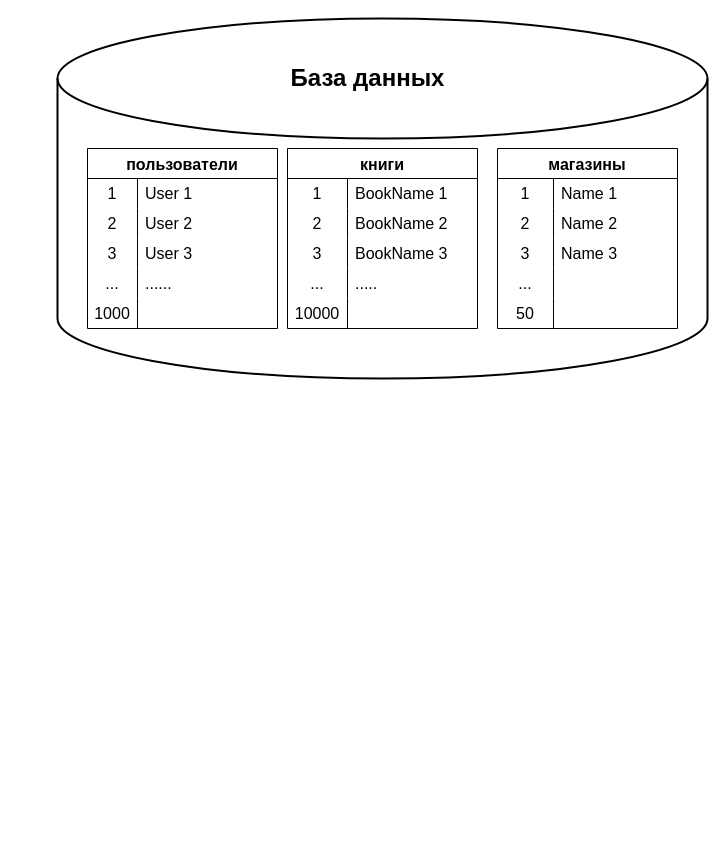
Earlier version of the draw.io diagram reldb/lesson7/files/databases.drawio (elekpow/netology). Source tidied: cells renumbered, new cells numbered last; positions are measured from the earlier drawing's top-left corner, leaving out a move shared by most shapes. Both pictures are drawn from the tidied source at 100%, with x=0, y=0 at pixel (57, 18).
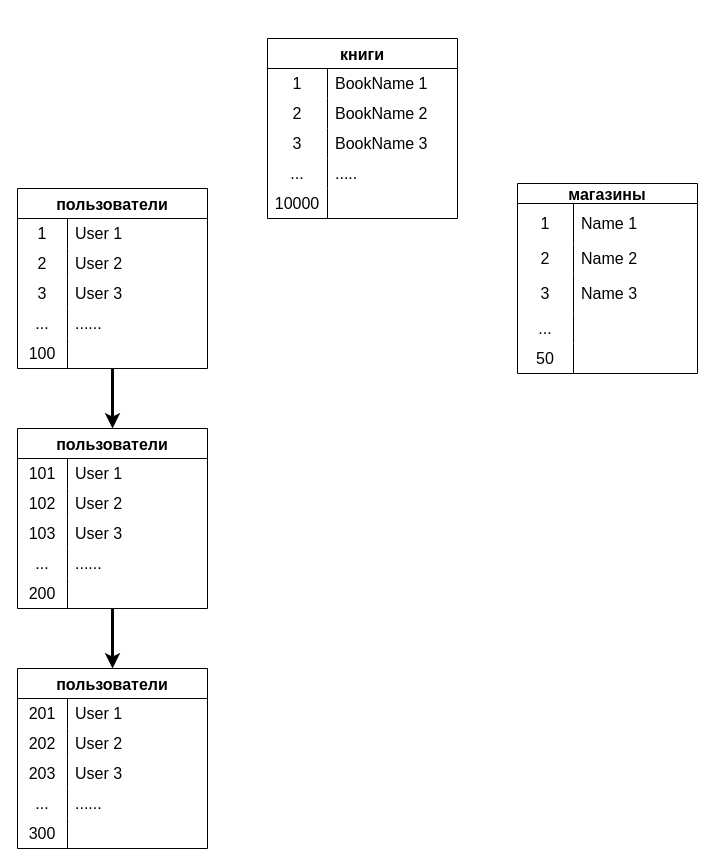
The same diagram, later.

Unchanged cells that the change refers to:
```xml
<mxCell id="17" style="shape=tableRow;horizontal=0;startSize=0;swimlaneHead=0;swimlaneBody=0;top=0;left=0;bottom=0;right=0;fillColor=none;strokeColor=inherit;fontSize=16;" parent="4" vertex="1">
  <mxGeometry y="150" width="190" height="30" as="geometry" />
</mxCell>
```

Diff of the diagram source:
```diff
@@
-    <mxCell id="2" style="group;" parent="1" vertex="1">
-      <mxGeometry width="650" height="360" as="geometry" />
-    </mxCell>
-    <mxCell id="3" style="strokeWidth=2;html=1;shape=mxgraph.flowchart.database;whiteSpace=wrap;" parent="2" vertex="1">
-      <mxGeometry width="650" height="360" as="geometry" />
-    </mxCell>
+    <mxCell id="53" style="edgeStyle=none;rounded=0;jettySize=auto;html=1;entryX=0.5;entryY=0;entryDx=0;entryDy=0;strokeWidth=3;" parent="1" edge="1" source="54" target="70">
+      <mxGeometry relative="1" as="geometry" />
+    </mxCell>
+    <mxCell id="54" value="пользователи" style="shape=table;startSize=30;childLayout=tableLayout;rowLines=0;fontStyle=1;strokeColor=default;fontSize=16;" parent="1" vertex="1">
+      <mxGeometry x="-40" y="410" width="190" height="180" as="geometry" />
+    </mxCell>
+    <mxCell id="55" style="shape=tableRow;horizontal=0;startSize=0;swimlaneHead=0;swimlaneBody=0;top=0;left=0;bottom=0;right=0;fillColor=none;strokeColor=inherit;fontSize=16;" parent="54" vertex="1">
+      <mxGeometry y="30" width="190" height="30" as="geometry" />
+    </mxCell>
+    <mxCell id="56" value="101" style="shape=partialRectangle;html=1;whiteSpace=wrap;fillColor=none;top=0;left=0;bottom=0;right=0;overflow=hidden;strokeColor=inherit;fontSize=16;" parent="55" vertex="1">
+      <mxGeometry width="50" height="30" as="geometry" />
+    </mxCell>
+    <mxCell id="57" value="User 1&amp;nbsp;" style="shape=partialRectangle;html=1;whiteSpace=wrap;fillColor=none;top=0;left=0;bottom=0;right=0;align=left;spacingLeft=6;overflow=hidden;strokeColor=inherit;fontSize=16;" parent="55" vertex="1">
+      <mxGeometry x="50" width="140" height="30" as="geometry" />
+    </mxCell>
+    <mxCell id="58" style="shape=tableRow;horizontal=0;startSize=0;swimlaneHead=0;swimlaneBody=0;top=0;left=0;bottom=0;right=0;fillColor=none;strokeColor=inherit;fontSize=16;" parent="54" vertex="1">
+      <mxGeometry y="60" width="190" height="30" as="geometry" />
+    </mxCell>
+    <mxCell id="59" value="102" style="shape=partialRectangle;html=1;whiteSpace=wrap;fillColor=none;top=0;left=0;bottom=0;right=0;overflow=hidden;strokeColor=inherit;fontSize=16;" parent="58" vertex="1">
+      <mxGeometry width="50" height="30" as="geometry" />
+    </mxCell>
+    <mxCell id="60" value="User 2" style="shape=partialRectangle;html=1;whiteSpace=wrap;fillColor=none;top=0;left=0;bottom=0;right=0;align=left;spacingLeft=6;overflow=hidden;strokeColor=inherit;fontSize=16;" parent="58" vertex="1">
+      <mxGeometry x="50" width="140" height="30" as="geometry" />
+    </mxCell>
+    <mxCell id="61" style="shape=tableRow;horizontal=0;startSize=0;swimlaneHead=0;swimlaneBody=0;top=0;left=0;bottom=0;right=0;fillColor=none;strokeColor=inherit;fontSize=16;" parent="54" vertex="1">
+      <mxGeometry y="90" width="190" height="30" as="geometry" />
+    </mxCell>
+    <mxCell id="62" value="103" style="shape=partialRectangle;html=1;whiteSpace=wrap;fillColor=none;top=0;left=0;bottom=0;right=0;overflow=hidden;strokeColor=inherit;fontSize=16;" parent="61" vertex="1">
+      <mxGeometry width="50" height="30" as="geometry" />
+    </mxCell>
+    <mxCell id="63" value="User 3" style="shape=partialRectangle;html=1;whiteSpace=wrap;fillColor=none;top=0;left=0;bottom=0;right=0;align=left;spacingLeft=6;overflow=hidden;strokeColor=inherit;fontSize=16;" parent="61" vertex="1">
+      <mxGeometry x="50" width="140" height="30" as="geometry" />
+    </mxCell>
+    <mxCell id="64" style="shape=tableRow;horizontal=0;startSize=0;swimlaneHead=0;swimlaneBody=0;top=0;left=0;bottom=0;right=0;fillColor=none;strokeColor=inherit;fontSize=16;" parent="54" vertex="1">
+      <mxGeometry y="120" width="190" height="30" as="geometry" />
+    </mxCell>
+    <mxCell id="65" value="..." style="shape=partialRectangle;html=1;whiteSpace=wrap;fillColor=none;top=0;left=0;bottom=0;right=0;overflow=hidden;strokeColor=inherit;fontSize=16;" parent="64" vertex="1">
+      <mxGeometry width="50" height="30" as="geometry" />
+    </mxCell>
+    <mxCell id="66" value="......" style="shape=partialRectangle;html=1;whiteSpace=wrap;fillColor=none;top=0;left=0;bottom=0;right=0;align=left;spacingLeft=6;overflow=hidden;strokeColor=inherit;fontSize=16;" parent="64" vertex="1">
+      <mxGeometry x="50" width="140" height="30" as="geometry" />
+    </mxCell>
+    <mxCell id="67" style="shape=tableRow;horizontal=0;startSize=0;swimlaneHead=0;swimlaneBody=0;top=0;left=0;bottom=0;right=0;fillColor=none;strokeColor=inherit;fontSize=16;" parent="54" vertex="1">
+      <mxGeometry y="150" width="190" height="30" as="geometry" />
+    </mxCell>
+    <mxCell id="68" value="200" style="shape=partialRectangle;html=1;whiteSpace=wrap;fillColor=none;top=0;left=0;bottom=0;right=0;overflow=hidden;strokeColor=inherit;fontSize=16;" parent="67" vertex="1">
+      <mxGeometry width="50" height="30" as="geometry" />
+    </mxCell>
+    <mxCell id="69" style="shape=partialRectangle;html=1;whiteSpace=wrap;fillColor=none;top=0;left=0;bottom=0;right=0;align=left;spacingLeft=6;overflow=hidden;strokeColor=inherit;fontSize=16;" parent="67" vertex="1">
+      <mxGeometry x="50" width="140" height="30" as="geometry" />
+    </mxCell>
+    <mxCell id="70" value="пользователи" style="shape=table;startSize=30;childLayout=tableLayout;rowLines=0;fontStyle=1;strokeColor=default;fontSize=16;" parent="1" vertex="1">
+      <mxGeometry x="-40" y="650" width="190" height="180" as="geometry" />
+    </mxCell>
+    <mxCell id="71" style="shape=tableRow;horizontal=0;startSize=0;swimlaneHead=0;swimlaneBody=0;top=0;left=0;bottom=0;right=0;fillColor=none;strokeColor=inherit;fontSize=16;" parent="70" vertex="1">
+      <mxGeometry y="30" width="190" height="30" as="geometry" />
+    </mxCell>
+    <mxCell id="72" value="201" style="shape=partialRectangle;html=1;whiteSpace=wrap;fillColor=none;top=0;left=0;bottom=0;right=0;overflow=hidden;strokeColor=inherit;fontSize=16;" parent="71" vertex="1">
+      <mxGeometry width="50" height="30" as="geometry" />
+    </mxCell>
+    <mxCell id="73" value="User 1&amp;nbsp;" style="shape=partialRectangle;html=1;whiteSpace=wrap;fillColor=none;top=0;left=0;bottom=0;right=0;align=left;spacingLeft=6;overflow=hidden;strokeColor=inherit;fontSize=16;" parent="71" vertex="1">
+      <mxGeometry x="50" width="140" height="30" as="geometry" />
+    </mxCell>
+    <mxCell id="74" style="shape=tableRow;horizontal=0;startSize=0;swimlaneHead=0;swimlaneBody=0;top=0;left=0;bottom=0;right=0;fillColor=none;strokeColor=inherit;fontSize=16;" parent="70" vertex="1">
+      <mxGeometry y="60" width="190" height="30" as="geometry" />
+    </mxCell>
+    <mxCell id="75" value="202" style="shape=partialRectangle;html=1;whiteSpace=wrap;fillColor=none;top=0;left=0;bottom=0;right=0;overflow=hidden;strokeColor=inherit;fontSize=16;" parent="74" vertex="1">
+      <mxGeometry width="50" height="30" as="geometry" />
+    </mxCell>
+    <mxCell id="76" value="User 2" style="shape=partialRectangle;html=1;whiteSpace=wrap;fillColor=none;top=0;left=0;bottom=0;right=0;align=left;spacingLeft=6;overflow=hidden;strokeColor=inherit;fontSize=16;" parent="74" vertex="1">
+      <mxGeometry x="50" width="140" height="30" as="geometry" />
+    </mxCell>
+    <mxCell id="77" style="shape=tableRow;horizontal=0;startSize=0;swimlaneHead=0;swimlaneBody=0;top=0;left=0;bottom=0;right=0;fillColor=none;strokeColor=inherit;fontSize=16;" parent="70" vertex="1">
+      <mxGeometry y="90" width="190" height="30" as="geometry" />
+    </mxCell>
+    <mxCell id="78" value="203" style="shape=partialRectangle;html=1;whiteSpace=wrap;fillColor=none;top=0;left=0;bottom=0;right=0;overflow=hidden;strokeColor=inherit;fontSize=16;" parent="77" vertex="1">
+      <mxGeometry width="50" height="30" as="geometry" />
+    </mxCell>
+    <mxCell id="79" value="User 3" style="shape=partialRectangle;html=1;whiteSpace=wrap;fillColor=none;top=0;left=0;bottom=0;right=0;align=left;spacingLeft=6;overflow=hidden;strokeColor=inherit;fontSize=16;" parent="77" vertex="1">
+      <mxGeometry x="50" width="140" height="30" as="geometry" />
+    </mxCell>
+    <mxCell id="80" style="shape=tableRow;horizontal=0;startSize=0;swimlaneHead=0;swimlaneBody=0;top=0;left=0;bottom=0;right=0;fillColor=none;strokeColor=inherit;fontSize=16;" parent="70" vertex="1">
+      <mxGeometry y="120" width="190" height="30" as="geometry" />
+    </mxCell>
+    <mxCell id="81" value="..." style="shape=partialRectangle;html=1;whiteSpace=wrap;fillColor=none;top=0;left=0;bottom=0;right=0;overflow=hidden;strokeColor=inherit;fontSize=16;" parent="80" vertex="1">
+      <mxGeometry width="50" height="30" as="geometry" />
+    </mxCell>
+    <mxCell id="82" value="......" style="shape=partialRectangle;html=1;whiteSpace=wrap;fillColor=none;top=0;left=0;bottom=0;right=0;align=left;spacingLeft=6;overflow=hidden;strokeColor=inherit;fontSize=16;" parent="80" vertex="1">
+      <mxGeometry x="50" width="140" height="30" as="geometry" />
+    </mxCell>
+    <mxCell id="83" style="shape=tableRow;horizontal=0;startSize=0;swimlaneHead=0;swimlaneBody=0;top=0;left=0;bottom=0;right=0;fillColor=none;strokeColor=inherit;fontSize=16;" parent="70" vertex="1">
+      <mxGeometry y="150" width="190" height="30" as="geometry" />
+    </mxCell>
+    <mxCell id="84" value="300" style="shape=partialRectangle;html=1;whiteSpace=wrap;fillColor=none;top=0;left=0;bottom=0;right=0;overflow=hidden;strokeColor=inherit;fontSize=16;" parent="83" vertex="1">
+      <mxGeometry width="50" height="30" as="geometry" />
+    </mxCell>
+    <mxCell id="85" style="shape=partialRectangle;html=1;whiteSpace=wrap;fillColor=none;top=0;left=0;bottom=0;right=0;align=left;spacingLeft=6;overflow=hidden;strokeColor=inherit;fontSize=16;" parent="83" vertex="1">
+      <mxGeometry x="50" width="140" height="30" as="geometry" />
+    </mxCell>
+    <mxCell id="86" style="edgeStyle=none;rounded=0;jettySize=auto;html=1;entryX=0.5;entryY=0;entryDx=0;entryDy=0;strokeWidth=3;" parent="1" edge="1" source="4" target="54">
+      <mxGeometry relative="1" as="geometry" />
+    </mxCell>
-    <mxCell id="4" value="пользователи" style="shape=table;startSize=30;childLayout=tableLayout;rowLines=0;fontStyle=1;strokeColor=default;fontSize=16;" parent="2" vertex="1">
-      <mxGeometry x="30" y="130" width="190" height="180" as="geometry" />
+    <mxCell id="4" value="пользователи" style="shape=table;startSize=30;childLayout=tableLayout;rowLines=0;fontStyle=1;strokeColor=default;fontSize=16;" parent="1" vertex="1">
+      <mxGeometry x="-40" y="170" width="190" height="180" as="geometry" />
     </mxCell>
@@
-    <mxCell id="18" value="1000" style="shape=partialRectangle;html=1;whiteSpace=wrap;fillColor=none;top=0;left=0;bottom=0;right=0;overflow=hidden;strokeColor=inherit;fontSize=16;" parent="17" vertex="1">
+    <mxCell id="18" value="100" style="shape=partialRectangle;html=1;whiteSpace=wrap;fillColor=none;top=0;left=0;bottom=0;right=0;overflow=hidden;strokeColor=inherit;fontSize=16;" parent="17" vertex="1">
       <mxGeometry width="50" height="30" as="geometry" />
     </mxCell>
@@
-    <mxCell id="20" value="книги" style="shape=table;startSize=30;childLayout=tableLayout;rowLines=0;fontStyle=1;strokeColor=default;fontSize=16;" parent="2" vertex="1">
-      <mxGeometry x="230" y="130" width="190" height="180" as="geometry" />
+    <mxCell id="20" value="книги" style="shape=table;startSize=30;childLayout=tableLayout;rowLines=0;fontStyle=1;strokeColor=default;fontSize=16;" parent="1" vertex="1">
+      <mxGeometry x="210" y="20" width="190" height="180" as="geometry" />
     </mxCell>
@@
+    <mxCell id="87" style="edgeStyle=none;rounded=0;orthogonalLoop=1;jettySize=auto;html=1;exitX=0.25;exitY=0;exitDx=0;exitDy=0;" parent="1" edge="1" source="20" target="20">
+      <mxGeometry relative="1" as="geometry" />
+    </mxCell>
-    <mxCell id="36" value="магазины" style="shape=table;startSize=30;childLayout=tableLayout;rowLines=0;fontStyle=1;strokeColor=default;fontSize=16;" parent="2" vertex="1">
-      <mxGeometry x="440" y="130" width="180" height="180" as="geometry" />
+    <mxCell id="36" value="магазины" style="shape=table;startSize=20;childLayout=tableLayout;rowLines=0;fontStyle=1;strokeColor=default;fontSize=16;" parent="1" vertex="1">
+      <mxGeometry x="460" y="165" width="180" height="190" as="geometry" />
     </mxCell>
-    <mxCell id="37" style="shape=tableRow;horizontal=0;startSize=0;swimlaneHead=0;swimlaneBody=0;top=0;left=0;bottom=0;right=0;fillColor=none;strokeColor=inherit;fontSize=16;" parent="36" vertex="1">
-      <mxGeometry y="30" width="180" height="30" as="geometry" />
-    </mxCell>
+    <mxCell id="88" style="shape=tableRow;horizontal=0;startSize=0;swimlaneHead=0;swimlaneBody=0;top=0;left=0;bottom=0;right=0;fillColor=none;strokeColor=inherit;fontSize=16;" parent="36" vertex="1">
+      <mxGeometry y="20" width="180" height="40" as="geometry" />
+    </mxCell>
-    <mxCell id="38" value="1" style="shape=partialRectangle;html=1;whiteSpace=wrap;fillColor=none;top=0;left=0;bottom=0;right=0;overflow=hidden;strokeColor=inherit;fontSize=16;" parent="37" vertex="1">
-      <mxGeometry width="56" height="30" as="geometry" />
+    <mxCell id="38" value="1" style="shape=partialRectangle;html=1;whiteSpace=wrap;fillColor=none;top=0;left=0;bottom=0;right=0;overflow=hidden;strokeColor=inherit;fontSize=16;" parent="88" vertex="1">
+      <mxGeometry width="56" height="40" as="geometry" />
     </mxCell>
-    <mxCell id="39" value="Name 1" style="shape=partialRectangle;html=1;whiteSpace=wrap;fillColor=none;top=0;left=0;bottom=0;right=0;align=left;spacingLeft=6;overflow=hidden;strokeColor=inherit;fontSize=16;" parent="37" vertex="1">
-      <mxGeometry x="56" width="124" height="30" as="geometry" />
+    <mxCell id="39" value="Name 1" style="shape=partialRectangle;html=1;whiteSpace=wrap;fillColor=none;top=0;left=0;bottom=0;right=0;align=left;spacingLeft=6;overflow=hidden;strokeColor=inherit;fontSize=16;" parent="88" vertex="1">
+      <mxGeometry x="56" width="124" height="40" as="geometry" />
     </mxCell>
@@
-    <mxCell id="43" style="shape=tableRow;horizontal=0;startSize=0;swimlaneHead=0;swimlaneBody=0;top=0;left=0;bottom=0;right=0;fillColor=none;strokeColor=inherit;fontSize=16;" parent="36" vertex="1">
-      <mxGeometry y="90" width="180" height="30" as="geometry" />
-    </mxCell>
+    <mxCell id="89" style="shape=tableRow;horizontal=0;startSize=0;swimlaneHead=0;swimlaneBody=0;top=0;left=0;bottom=0;right=0;fillColor=none;strokeColor=inherit;fontSize=16;" parent="36" vertex="1">
+      <mxGeometry y="90" width="180" height="40" as="geometry" />
+    </mxCell>
-    <mxCell id="44" value="3" style="shape=partialRectangle;html=1;whiteSpace=wrap;fillColor=none;top=0;left=0;bottom=0;right=0;overflow=hidden;strokeColor=inherit;fontSize=16;" parent="43" vertex="1">
-      <mxGeometry width="56" height="30" as="geometry" />
+    <mxCell id="44" value="3" style="shape=partialRectangle;html=1;whiteSpace=wrap;fillColor=none;top=0;left=0;bottom=0;right=0;overflow=hidden;strokeColor=inherit;fontSize=16;" parent="89" vertex="1">
+      <mxGeometry width="56" height="40" as="geometry" />
     </mxCell>
-    <mxCell id="45" value="Name&amp;nbsp;3" style="shape=partialRectangle;html=1;whiteSpace=wrap;fillColor=none;top=0;left=0;bottom=0;right=0;align=left;spacingLeft=6;overflow=hidden;strokeColor=inherit;fontSize=16;" parent="43" vertex="1">
-      <mxGeometry x="56" width="124" height="30" as="geometry" />
+    <mxCell id="45" value="Name&amp;nbsp;3" style="shape=partialRectangle;html=1;whiteSpace=wrap;fillColor=none;top=0;left=0;bottom=0;right=0;align=left;spacingLeft=6;overflow=hidden;strokeColor=inherit;fontSize=16;" parent="89" vertex="1">
+      <mxGeometry x="56" width="124" height="40" as="geometry" />
     </mxCell>
-    <mxCell id="46" style="shape=tableRow;horizontal=0;startSize=0;swimlaneHead=0;swimlaneBody=0;top=0;left=0;bottom=0;right=0;fillColor=none;strokeColor=inherit;fontSize=16;" parent="36" vertex="1">
-      <mxGeometry y="120" width="180" height="30" as="geometry" />
-    </mxCell>
+    <mxCell id="90" style="shape=tableRow;horizontal=0;startSize=0;swimlaneHead=0;swimlaneBody=0;top=0;left=0;bottom=0;right=0;fillColor=none;strokeColor=inherit;fontSize=16;" parent="36" vertex="1">
+      <mxGeometry y="130" width="180" height="30" as="geometry" />
+    </mxCell>
-    <mxCell id="47" value="..." style="shape=partialRectangle;html=1;whiteSpace=wrap;fillColor=none;top=0;left=0;bottom=0;right=0;overflow=hidden;strokeColor=inherit;fontSize=16;" parent="46" vertex="1">
+    <mxCell id="47" value="..." style="shape=partialRectangle;html=1;whiteSpace=wrap;fillColor=none;top=0;left=0;bottom=0;right=0;overflow=hidden;strokeColor=inherit;fontSize=16;" parent="90" vertex="1">
       <mxGeometry width="56" height="30" as="geometry" />
     </mxCell>
-    <mxCell id="48" style="shape=partialRectangle;html=1;whiteSpace=wrap;fillColor=none;top=0;left=0;bottom=0;right=0;align=left;spacingLeft=6;overflow=hidden;strokeColor=inherit;fontSize=16;" parent="46" vertex="1">
-      <mxGeometry x="56" width="124" height="30" as="geometry" />
-    </mxCell>
-    <mxCell id="49" style="shape=tableRow;horizontal=0;startSize=0;swimlaneHead=0;swimlaneBody=0;top=0;left=0;bottom=0;right=0;fillColor=none;strokeColor=inherit;fontSize=16;" parent="36" vertex="1">
-      <mxGeometry y="150" width="180" height="30" as="geometry" />
-    </mxCell>
+    <mxCell id="91" style="shape=partialRectangle;html=1;whiteSpace=wrap;fillColor=none;top=0;left=0;bottom=0;right=0;align=left;spacingLeft=6;overflow=hidden;strokeColor=inherit;fontSize=16;" parent="90" vertex="1">
+      <mxGeometry x="56" width="124" height="30" as="geometry" />
+    </mxCell>
+    <mxCell id="92" style="shape=tableRow;horizontal=0;startSize=0;swimlaneHead=0;swimlaneBody=0;top=0;left=0;bottom=0;right=0;fillColor=none;strokeColor=inherit;fontSize=16;" parent="36" vertex="1">
+      <mxGeometry y="160" width="180" height="30" as="geometry" />
+    </mxCell>
-    <mxCell id="50" value="50" style="shape=partialRectangle;html=1;whiteSpace=wrap;fillColor=none;top=0;left=0;bottom=0;right=0;overflow=hidden;strokeColor=inherit;fontSize=16;" parent="49" vertex="1">
+    <mxCell id="50" value="50" style="shape=partialRectangle;html=1;whiteSpace=wrap;fillColor=none;top=0;left=0;bottom=0;right=0;overflow=hidden;strokeColor=inherit;fontSize=16;" parent="92" vertex="1">
       <mxGeometry width="56" height="30" as="geometry" />
     </mxCell>
-    <mxCell id="51" style="shape=partialRectangle;html=1;whiteSpace=wrap;fillColor=none;top=0;left=0;bottom=0;right=0;align=left;spacingLeft=6;overflow=hidden;strokeColor=inherit;fontSize=16;" parent="49" vertex="1">
-      <mxGeometry x="56" width="124" height="30" as="geometry" />
-    </mxCell>
-    <mxCell id="52" value="База данных" style="text;strokeColor=none;fillColor=none;html=1;fontSize=24;fontStyle=1;verticalAlign=middle;align=center;" parent="2" vertex="1">
-      <mxGeometry x="260" y="40" width="100" height="40" as="geometry" />
-    </mxCell>
+    <mxCell id="93" style="shape=partialRectangle;html=1;whiteSpace=wrap;fillColor=none;top=0;left=0;bottom=0;right=0;align=left;spacingLeft=6;overflow=hidden;strokeColor=inherit;fontSize=16;" parent="92" vertex="1">
+      <mxGeometry x="56" width="124" height="30" as="geometry" />
+    </mxCell>
```
